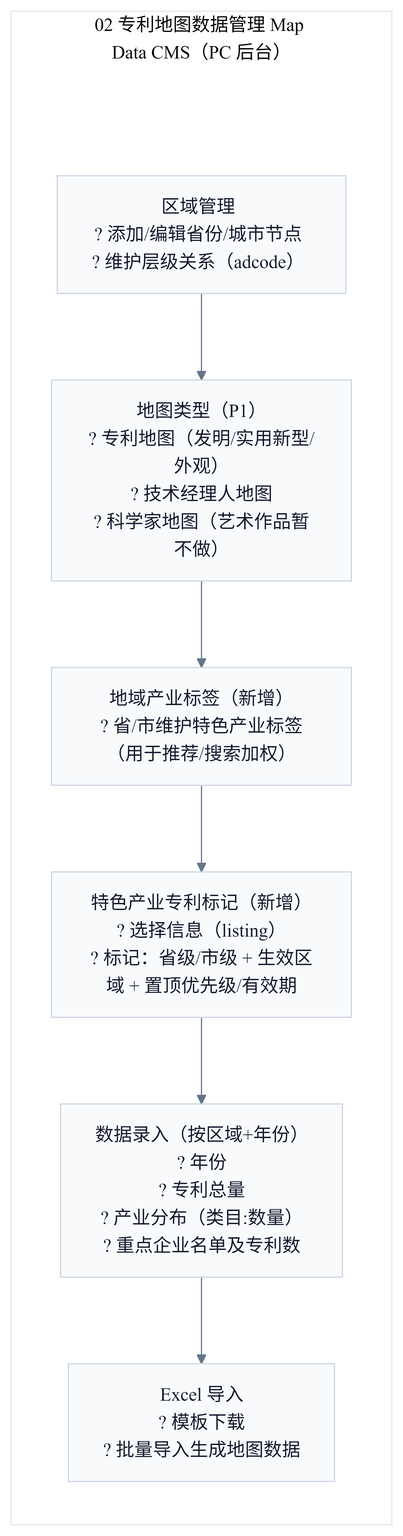
This is docs/demo/rendered/02-map-cms.png from Ming-1984/Ipmoney, a Mermaid export, as it was before one commit. Its source is kept beside it as docs/demo/pages/admin/02-map-cms.mmd.
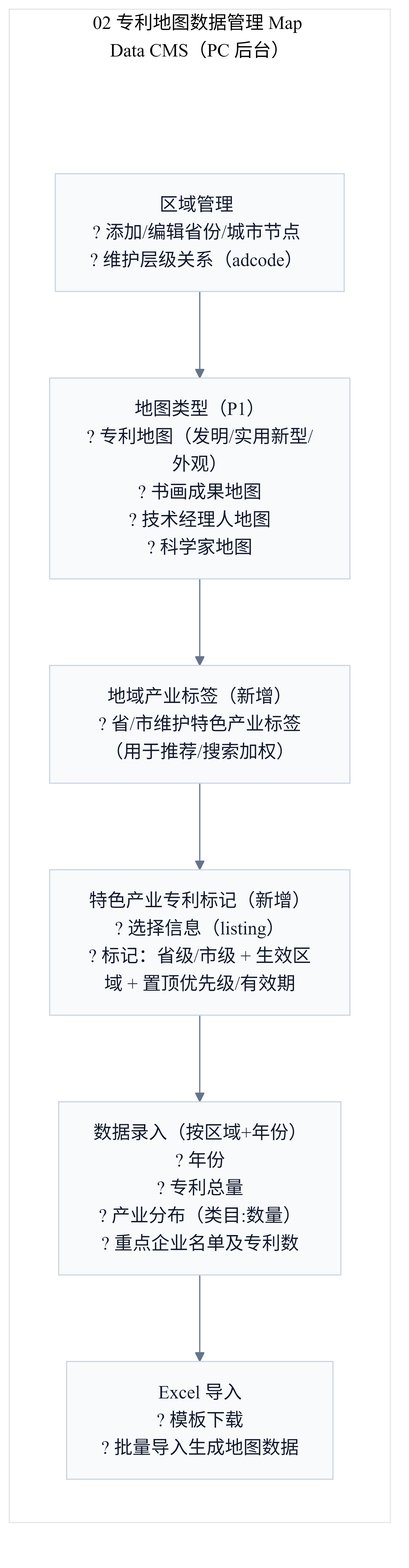
Later version of the same file.

Change to the diagram source:
```diff
@@ -4,7 +4,7 @@
     direction TB
     Pad[" "]:::pad
     Region["区域管理<br/>? 添加/编辑省份/城市节点<br/>? 维护层级关系（adcode）"]
-    MapType["地图类型（P1）<br/>? 专利地图（发明/实用新型/外观）<br/>? 技术经理人地图<br/>? 科学家地图（艺术作品暂不做）"]
+    MapType["地图类型（P1）<br/>? 专利地图（发明/实用新型/外观）<br/>? 书画成果地图<br/>? 技术经理人地图<br/>? 科学家地图"]
     IndustryTags["地域产业标签（新增）<br/>? 省/市维护特色产业标签（用于推荐/搜索加权）"]
     Featured["特色产业专利标记（新增）<br/>? 选择信息（listing）<br/>? 标记：省级/市级 + 生效区域 + 置顶优先级/有效期"]
     Entry["数据录入（按区域+年份）<br/>? 年份<br/>? 专利总量<br/>? 产业分布（类目:数量）<br/>? 重点企业名单及专利数"]
```
